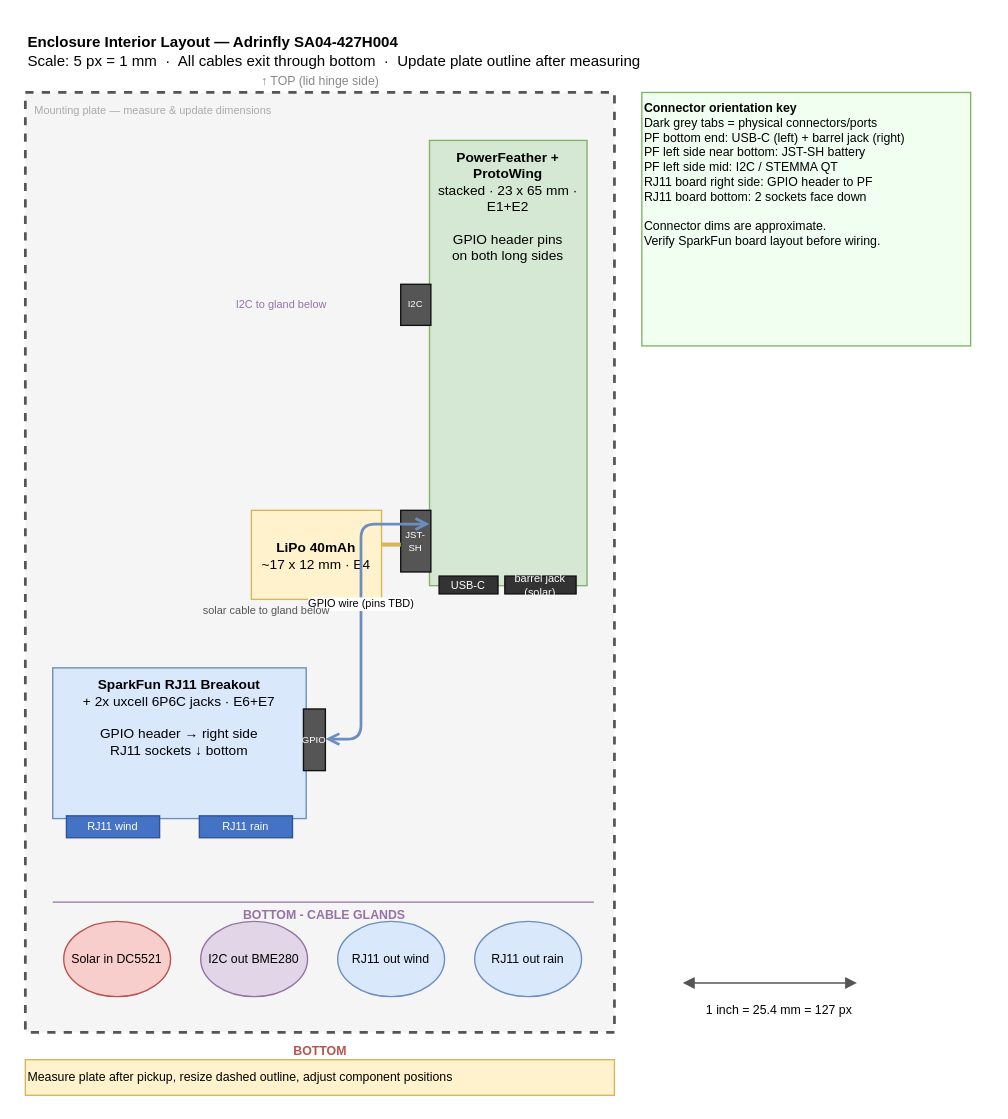
Before: docs/enclosure-layout.drawio in RobinWikoff/the-farm-monitor, a draw.io diagram. Source tidied: cells renumbered, new cells numbered last; positions are measured from the earlier drawing's top-left corner, leaving out a move shared by most shapes. Both pictures are drawn from the tidied source at 137%, with x=0, y=0 at pixel (25, 23).
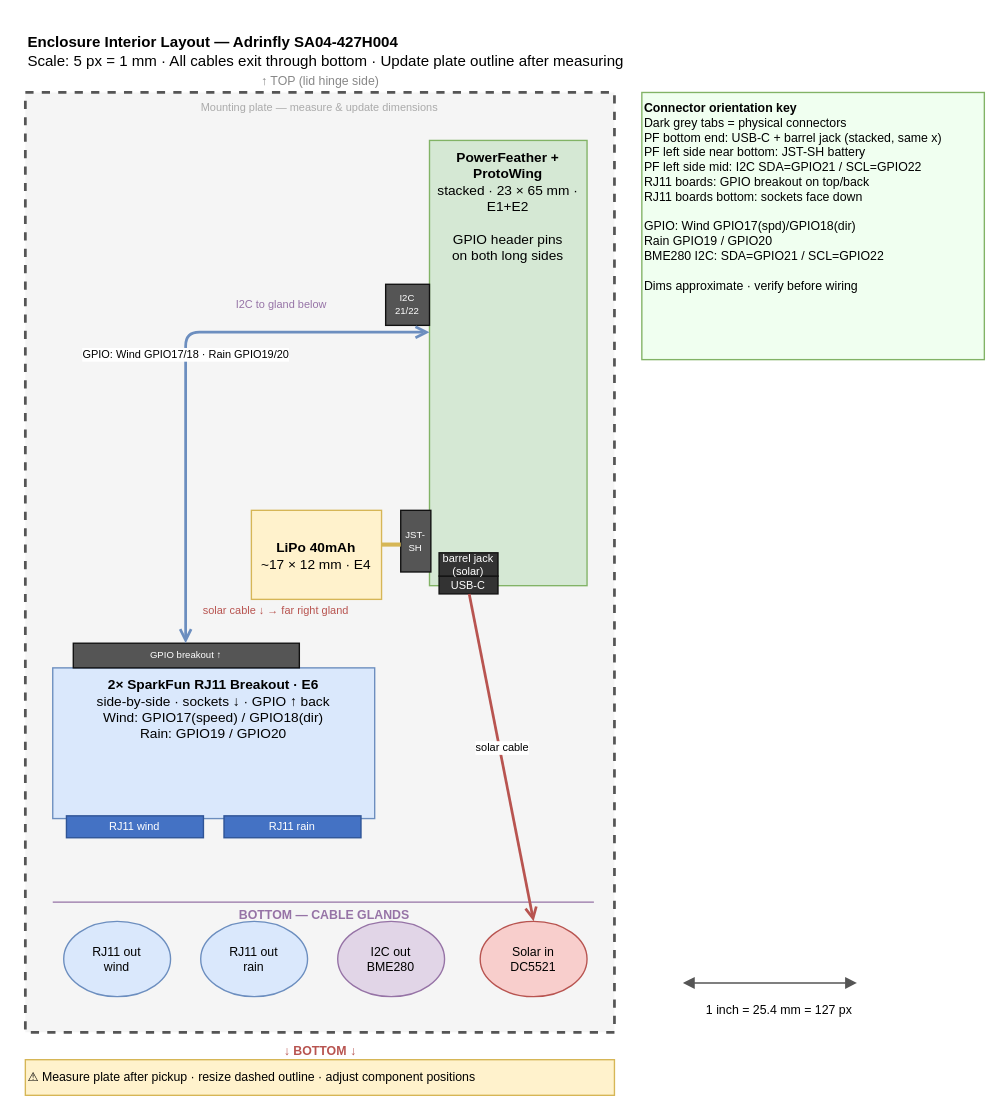
The same diagram, later.

Commit message:
fix: enclosure layout corrections (#156)

What changed in the source:
```diff
@@
-    <mxCell id="2" value="&lt;b&gt;Enclosure Interior Layout &amp;mdash; Adrinfly SA04-427H004&lt;/b&gt;&lt;br&gt;Scale: 5 px = 1 mm &amp;nbsp;&amp;middot;&amp;nbsp; All cables exit through bottom &amp;nbsp;&amp;middot;&amp;nbsp; Update plate outline after measuring" style="text;html=1;align=left;verticalAlign=middle;strokeColor=none;fillColor=none;fontSize=11;" parent="1" vertex="1">
+    <mxCell id="2" value="&lt;b&gt;Enclosure Interior Layout — Adrinfly SA04-427H004&lt;/b&gt;&lt;br&gt;Scale: 5 px = 1 mm · All cables exit through bottom · Update plate outline after measuring" style="text;html=1;align=left;verticalAlign=middle;strokeColor=none;fillColor=none;fontSize=11;" parent="1" vertex="1">
       <mxGeometry width="700" height="40" as="geometry" />
     </mxCell>
-    <mxCell id="3" value="&amp;#x2191; TOP (lid hinge side)" style="text;html=1;align=center;verticalAlign=middle;strokeColor=none;fillColor=none;fontSize=9;fontColor=#888888;" parent="1" vertex="1">
+    <mxCell id="3" value="↑  TOP  (lid hinge side)" style="text;html=1;align=center;verticalAlign=middle;strokeColor=none;fillColor=none;fontSize=9;fontColor=#888888;" parent="1" vertex="1">
       <mxGeometry y="34" width="430" height="16" as="geometry" />
     </mxCell>
-    <mxCell id="4" style="rounded=0;whiteSpace=wrap;html=1;fillColor=#f5f5f5;strokeColor=#555555;strokeWidth=2;dashed=1;" parent="1" vertex="1">
+    <mxCell id="4" value="Mounting plate — measure &amp; update dimensions" style="rounded=0;whiteSpace=wrap;html=1;fillColor=#f5f5f5;strokeColor=#555555;strokeWidth=2;dashed=1;verticalAlign=top;fontSize=8;fontColor=#aaaaaa;" parent="1" vertex="1">
       <mxGeometry y="50" width="430" height="686" as="geometry" />
     </mxCell>
-    <mxCell id="5" value="Mounting plate &amp;mdash; measure &amp;amp; update dimensions" style="text;html=1;align=left;verticalAlign=top;strokeColor=none;fillColor=none;fontSize=8;fontColor=#aaaaaa;" parent="1" vertex="1">
-      <mxGeometry x="5" y="52" width="260" height="16" as="geometry" />
-    </mxCell>
-    <mxCell id="6" value="&lt;b&gt;PowerFeather + ProtoWing&lt;/b&gt;&lt;br&gt;stacked &amp;middot; 23 x 65 mm &amp;middot; E1+E2&lt;br&gt;&lt;br&gt;GPIO header pins&lt;br&gt;on both long sides" style="rounded=0;whiteSpace=wrap;html=1;fillColor=#d5e8d4;strokeColor=#82b366;fontSize=10;verticalAlign=top;" parent="1" vertex="1">
+    <mxCell id="6" value="&lt;b&gt;PowerFeather + ProtoWing&lt;/b&gt;&lt;br&gt;stacked · 23 × 65 mm · E1+E2&lt;br&gt;&lt;br&gt;GPIO header pins&lt;br&gt;on both long sides" style="rounded=0;whiteSpace=wrap;html=1;fillColor=#d5e8d4;strokeColor=#82b366;fontSize=10;verticalAlign=top;" parent="1" vertex="1">
       <mxGeometry x="295" y="85" width="115" height="325" as="geometry" />
     </mxCell>
@@
     <mxCell id="8" value="barrel jack (solar)" style="rounded=0;whiteSpace=wrap;html=1;fillColor=#333333;fontColor=#ffffff;strokeColor=#111111;fontSize=8;" parent="1" vertex="1">
-      <mxGeometry x="350" y="403" width="52" height="13" as="geometry" />
+      <mxGeometry x="302" y="386" width="43" height="17" as="geometry" />
     </mxCell>
@@
-    <mxCell id="10" value="I2C" style="rounded=0;whiteSpace=wrap;html=1;fillColor=#555555;fontColor=#ffffff;strokeColor=#111111;fontSize=7;" parent="1" vertex="1">
-      <mxGeometry x="274" y="190" width="22" height="30" as="geometry" />
+    <mxCell id="10" value="I2C&lt;br&gt;21/22" style="rounded=0;whiteSpace=wrap;html=1;fillColor=#555555;fontColor=#ffffff;strokeColor=#111111;fontSize=7;" parent="1" vertex="1">
+      <mxGeometry x="263" y="190" width="32" height="30" as="geometry" />
     </mxCell>
-    <mxCell id="11" value="&lt;b&gt;LiPo 40mAh&lt;/b&gt;&lt;br&gt;~17 x 12 mm &amp;middot; E4" style="rounded=0;whiteSpace=wrap;html=1;fillColor=#fff2cc;strokeColor=#d6b656;fontSize=10;" parent="1" vertex="1">
+    <mxCell id="11" value="&lt;b&gt;LiPo 40mAh&lt;/b&gt;&lt;br&gt;~17 × 12 mm · E4" style="rounded=0;whiteSpace=wrap;html=1;fillColor=#fff2cc;strokeColor=#d6b656;fontSize=10;" parent="1" vertex="1">
       <mxGeometry x="165" y="355" width="95" height="65" as="geometry" />
     </mxCell>
@@
-    <mxCell id="13" value="&lt;b&gt;SparkFun RJ11 Breakout&lt;/b&gt;&lt;br&gt;+ 2x uxcell 6P6C jacks &amp;middot; E6+E7&lt;br&gt;&lt;br&gt;GPIO header &amp;rarr; right side&lt;br&gt;RJ11 sockets &amp;darr; bottom" style="rounded=0;whiteSpace=wrap;html=1;fillColor=#dae8fc;strokeColor=#6c8ebf;fontSize=10;verticalAlign=top;" parent="1" vertex="1">
-      <mxGeometry x="20" y="470" width="185" height="110" as="geometry" />
+    <mxCell id="13" value="&lt;b&gt;2× SparkFun RJ11 Breakout · E6&lt;/b&gt;&lt;br&gt;side-by-side · sockets ↓ · GPIO ↑ back&lt;br&gt;Wind: GPIO17(speed) / GPIO18(dir)&lt;br&gt;Rain: GPIO19 / GPIO20" style="rounded=0;whiteSpace=wrap;html=1;fillColor=#dae8fc;strokeColor=#6c8ebf;fontSize=10;verticalAlign=top;" parent="1" vertex="1">
+      <mxGeometry x="20" y="470" width="235" height="110" as="geometry" />
     </mxCell>
-    <mxCell id="14" value="GPIO" style="rounded=0;whiteSpace=wrap;html=1;fillColor=#555555;fontColor=#ffffff;strokeColor=#111111;fontSize=7;" parent="1" vertex="1">
-      <mxGeometry x="203" y="500" width="16" height="45" as="geometry" />
+    <mxCell id="14" value="GPIO breakout ↑" style="rounded=0;whiteSpace=wrap;html=1;fillColor=#555555;fontColor=#ffffff;strokeColor=#111111;fontSize=7;" parent="1" vertex="1">
+      <mxGeometry x="35" y="452" width="165" height="18" as="geometry" />
     </mxCell>
     <mxCell id="15" value="RJ11 wind" style="rounded=0;whiteSpace=wrap;html=1;fillColor=#4472c4;fontColor=#ffffff;strokeColor=#2f5496;fontSize=8;" parent="1" vertex="1">
-      <mxGeometry x="30" y="578" width="68" height="16" as="geometry" />
+      <mxGeometry x="30" y="578" width="100" height="16" as="geometry" />
     </mxCell>
     <mxCell id="16" value="RJ11 rain" style="rounded=0;whiteSpace=wrap;html=1;fillColor=#4472c4;fontColor=#ffffff;strokeColor=#2f5496;fontSize=8;" parent="1" vertex="1">
-      <mxGeometry x="127" y="578" width="68" height="16" as="geometry" />
+      <mxGeometry x="145" y="578" width="100" height="16" as="geometry" />
     </mxCell>
-    <mxCell id="17" value="GPIO wire (pins TBD)" style="endArrow=open;startArrow=open;endFill=0;startFill=0;html=1;strokeColor=#6c8ebf;strokeWidth=2;fontSize=8;align=center;verticalAlign=bottom;" parent="1" edge="1">
+    <mxCell id="17" value="GPIO: Wind GPIO17/18 · Rain GPIO19/20" style="endArrow=open;startArrow=open;endFill=0;startFill=0;html=1;strokeColor=#6c8ebf;strokeWidth=2;fontSize=8;align=center;verticalAlign=bottom;" parent="1" edge="1">
       <mxGeometry relative="1" as="geometry">
-        <mxPoint x="219" y="522" as="sourcePoint" />
-        <mxPoint x="295" y="365" as="targetPoint" />
+        <mxPoint x="117" y="452" as="sourcePoint" />
+        <mxPoint x="295" y="225" as="targetPoint" />
         <Array as="points">
-          <mxPoint x="245" y="522" />
-          <mxPoint x="245" y="365" />
+          <mxPoint x="117" y="225" />
         </Array>
       </mxGeometry>
     </mxCell>
@@
-    <mxCell id="19" value="solar cable to gland below" style="text;html=1;align=left;verticalAlign=middle;strokeColor=none;fillColor=none;fontSize=8;fontColor=#555555;" parent="1" vertex="1">
-      <mxGeometry x="128" y="420" width="165" height="16" as="geometry" />
+    <mxCell id="19" value="solar cable ↓ → far right gland" style="text;html=1;align=left;verticalAlign=middle;strokeColor=none;fillColor=none;fontSize=8;fontColor=#b85450;" parent="1" vertex="1">
+      <mxGeometry x="128" y="420" width="170" height="16" as="geometry" />
     </mxCell>
@@
-    <mxCell id="21" value="BOTTOM - CABLE GLANDS" style="text;html=1;align=center;fontStyle=1;fontSize=9;fontColor=#9673a6;strokeColor=none;fillColor=none;" parent="1" vertex="1">
+    <mxCell id="21" value="BOTTOM — CABLE GLANDS" style="text;html=1;align=center;fontStyle=1;fontSize=9;fontColor=#9673a6;strokeColor=none;fillColor=none;" parent="1" vertex="1">
       <mxGeometry x="20" y="639" width="395" height="14" as="geometry" />
     </mxCell>
-    <mxCell id="22" value="Solar in DC5521" style="ellipse;whiteSpace=wrap;html=1;fillColor=#f8cecc;strokeColor=#b85450;fontSize=9;" parent="1" vertex="1">
-      <mxGeometry x="28" y="655" width="78" height="55" as="geometry" />
-    </mxCell>
-    <mxCell id="23" value="I2C out BME280" style="ellipse;whiteSpace=wrap;html=1;fillColor=#e1d5e7;strokeColor=#9673a6;fontSize=9;" parent="1" vertex="1">
-      <mxGeometry x="128" y="655" width="78" height="55" as="geometry" />
-    </mxCell>
-    <mxCell id="24" value="RJ11 out wind" style="ellipse;whiteSpace=wrap;html=1;fillColor=#dae8fc;strokeColor=#6c8ebf;fontSize=9;" parent="1" vertex="1">
-      <mxGeometry x="228" y="655" width="78" height="55" as="geometry" />
+    <mxCell id="24" value="RJ11 out&lt;br&gt;wind" style="ellipse;whiteSpace=wrap;html=1;fillColor=#dae8fc;strokeColor=#6c8ebf;fontSize=9;" parent="1" vertex="1">
+      <mxGeometry x="28" y="655" width="78" height="55" as="geometry" />
     </mxCell>
-    <mxCell id="25" value="RJ11 out rain" style="ellipse;whiteSpace=wrap;html=1;fillColor=#dae8fc;strokeColor=#6c8ebf;fontSize=9;" parent="1" vertex="1">
-      <mxGeometry x="328" y="655" width="78" height="55" as="geometry" />
+    <mxCell id="25" value="RJ11 out&lt;br&gt;rain" style="ellipse;whiteSpace=wrap;html=1;fillColor=#dae8fc;strokeColor=#6c8ebf;fontSize=9;" parent="1" vertex="1">
+      <mxGeometry x="128" y="655" width="78" height="55" as="geometry" />
     </mxCell>
+    <mxCell id="23" value="I2C out&lt;br&gt;BME280" style="ellipse;whiteSpace=wrap;html=1;fillColor=#e1d5e7;strokeColor=#9673a6;fontSize=9;" parent="1" vertex="1">
+      <mxGeometry x="228" y="655" width="78" height="55" as="geometry" />
+    </mxCell>
+    <mxCell id="22" value="Solar in&lt;br&gt;DC5521" style="ellipse;whiteSpace=wrap;html=1;fillColor=#f8cecc;strokeColor=#b85450;fontSize=9;" parent="1" vertex="1">
+      <mxGeometry x="332" y="655" width="78" height="55" as="geometry" />
+    </mxCell>
-    <mxCell id="26" value="BOTTOM" style="text;html=1;align=center;fontStyle=1;fontSize=9;fontColor=#b85450;strokeColor=none;fillColor=none;" parent="1" vertex="1">
+    <mxCell id="26" value="↓  BOTTOM  ↓" style="text;html=1;align=center;fontStyle=1;fontSize=9;fontColor=#b85450;strokeColor=none;fillColor=none;" parent="1" vertex="1">
       <mxGeometry y="738" width="430" height="14" as="geometry" />
     </mxCell>
-    <mxCell id="27" value="Measure plate after pickup, resize dashed outline, adjust component positions" style="text;html=1;align=left;verticalAlign=middle;fontSize=9;fillColor=#fff2cc;strokeColor=#d6b656;" parent="1" vertex="1">
+    <mxCell id="27" value="⚠  Measure plate after pickup · resize dashed outline · adjust component positions" style="text;html=1;align=left;verticalAlign=middle;fontSize=9;fillColor=#fff2cc;strokeColor=#d6b656;" parent="1" vertex="1">
       <mxGeometry y="756" width="430" height="26" as="geometry" />
     </mxCell>
@@
-    <mxCell id="30" value="&lt;b&gt;Connector orientation key&lt;/b&gt;&lt;br&gt;Dark grey tabs = physical connectors/ports&lt;br&gt;PF bottom end: USB-C (left) + barrel jack (right)&lt;br&gt;PF left side near bottom: JST-SH battery&lt;br&gt;PF left side mid: I2C / STEMMA QT&lt;br&gt;RJ11 board right side: GPIO header to PF&lt;br&gt;RJ11 board bottom: 2 sockets face down&lt;br&gt;&lt;br&gt;Connector dims are approximate.&lt;br&gt;Verify SparkFun board layout before wiring." style="text;html=1;align=left;verticalAlign=top;strokeColor=#82b366;fillColor=#f0fff0;fontSize=9;" parent="1" vertex="1">
-      <mxGeometry x="450" y="50" width="240" height="185" as="geometry" />
+    <mxCell id="30" value="&lt;b&gt;Connector orientation key&lt;/b&gt;&lt;br&gt;Dark grey tabs = physical connectors&lt;br&gt;PF bottom end: USB-C + barrel jack (stacked, same x)&lt;br&gt;PF left side near bottom: JST-SH battery&lt;br&gt;PF left side mid: I2C SDA=GPIO21 / SCL=GPIO22&lt;br&gt;RJ11 boards: GPIO breakout on top/back&lt;br&gt;RJ11 boards bottom: sockets face down&lt;br&gt;&lt;br&gt;GPIO: Wind GPIO17(spd)/GPIO18(dir)&lt;br&gt;Rain GPIO19 / GPIO20&lt;br&gt;BME280 I2C: SDA=GPIO21 / SCL=GPIO22&lt;br&gt;&lt;br&gt;Dims approximate · verify before wiring" style="text;html=1;align=left;verticalAlign=top;strokeColor=#82b366;fillColor=#f0fff0;fontSize=9;" parent="1" vertex="1">
+      <mxGeometry x="450" y="50" width="250" height="195" as="geometry" />
     </mxCell>
+    <mxCell id="31" value="solar cable" style="endArrow=open;startArrow=none;endFill=0;html=1;strokeColor=#b85450;strokeWidth=2;fontSize=8;verticalAlign=bottom;" parent="1" edge="1">
+      <mxGeometry relative="1" as="geometry">
+        <mxPoint x="324" y="416" as="sourcePoint" />
+        <mxPoint x="371" y="655" as="targetPoint" />
+      </mxGeometry>
+    </mxCell>
```
